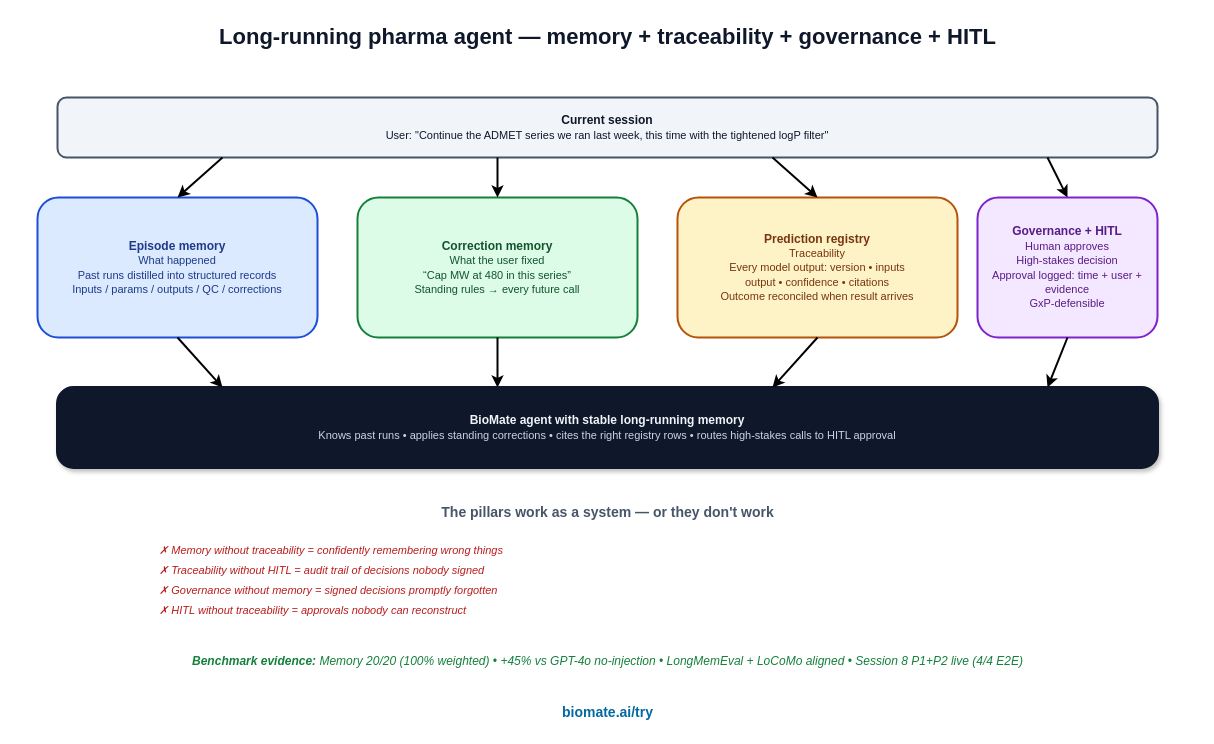
Earlier version of the draw.io diagram business/marketing/blog_posts/figures/post_16_memory_governance.drawio.xml (bioMate-AI/biomate-bioconductor-kb). Source tidied: cells renumbered, new cells numbered last; positions are measured from the earlier drawing's top-left corner, leaving out a move shared by most shapes. Both pictures are drawn from the tidied source at 100%, with x=0, y=0 at pixel (17, 17).
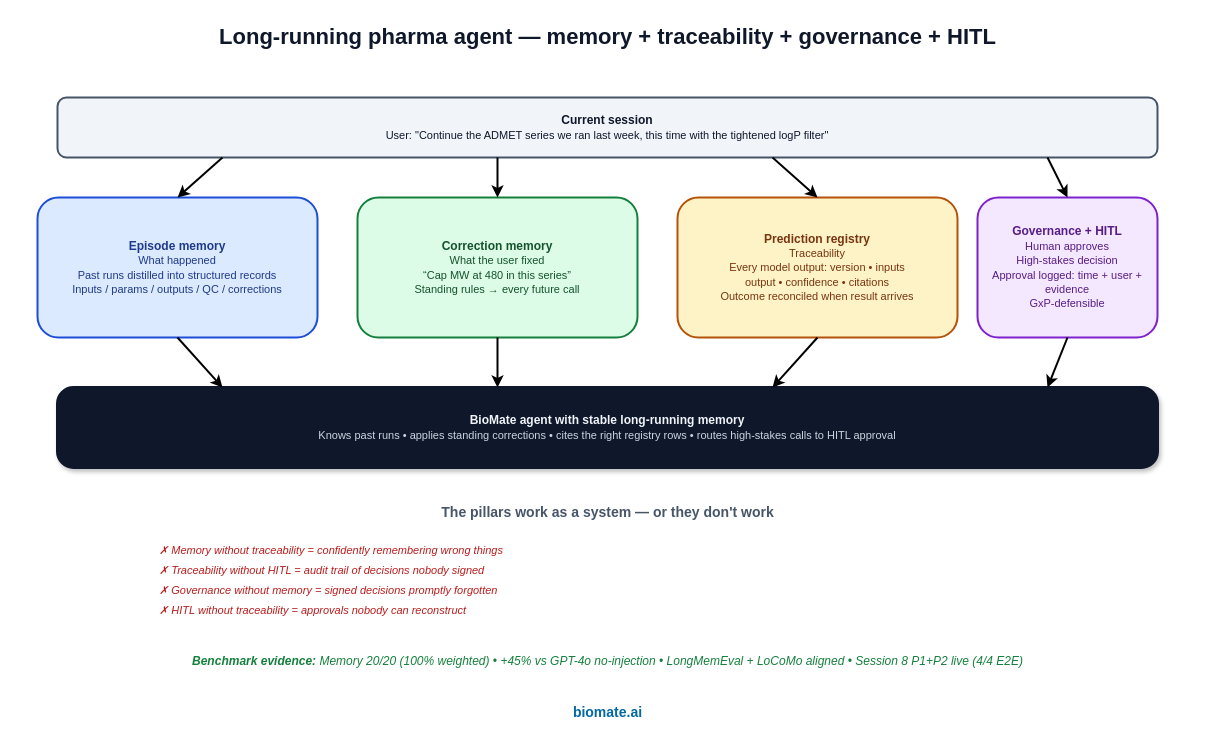
The same page after the edit.

The edit, as a diff of the source:
```diff
@@
-    <mxCell id="23" value="biomate.ai/try" style="text;html=1;align=center;fontSize=14;fontStyle=1;fontColor=#0369a1;" parent="1" vertex="1">
+    <mxCell id="23" value="biomate.ai" style="text;html=1;align=center;fontSize=14;fontStyle=1;fontColor=#0369a1;" parent="1" vertex="1">
       <mxGeometry x="490" y="680" width="200" height="30" as="geometry" />
     </mxCell>
```
